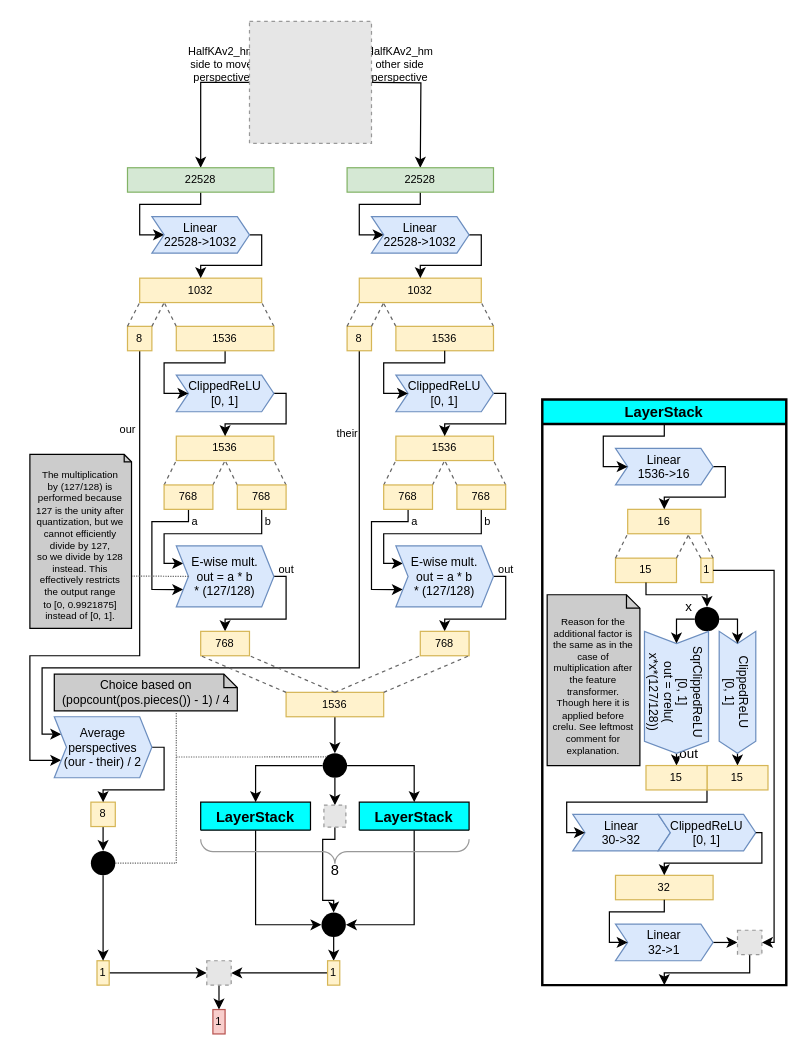
official-stockfish/nnue-pytorch keeps this draw.io diagram as docs/img/SFNNv7_architecture.drawio. Above is the earlier version. Source tidied: cells renumbered, new cells numbered last; positions are measured from the earlier drawing's top-left corner, leaving out a move shared by most shapes. Both pictures are drawn from the tidied source at 122%, with x=0, y=0 at pixel (29, 21). Pictures stored in the file or linked from it are replaced by grey dashed boxes.
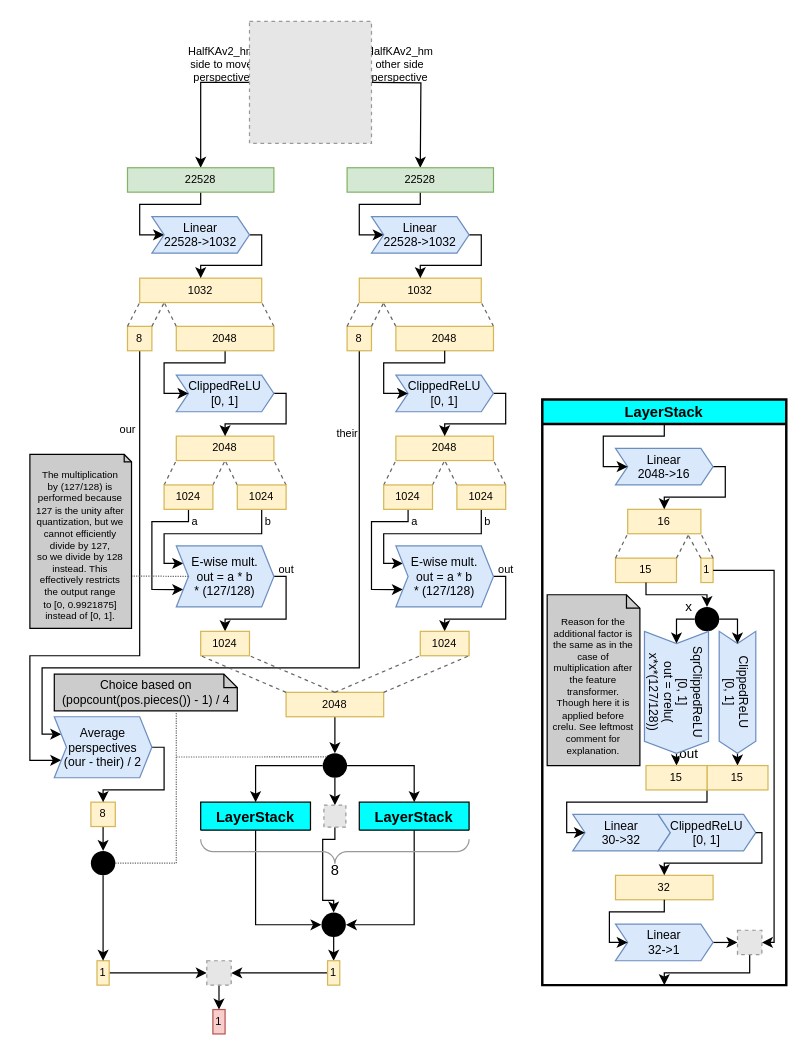
The same diagram, later.

Commit message (it also covers changes not shown here):
Update L1 sizes in SFNNv7

The change refers to these unchanged cells:
```xml
<mxCell id="97" value="LayerStack" style="swimlane;rounded=0;shadow=0;glass=0;sketch=0;fontSize=12;gradientColor=none;align=center;labelBackgroundColor=none;labelBorderColor=none;fillColor=#00FFFF;startSize=20;strokeWidth=2;" parent="1" vertex="1">
  <mxGeometry x="420" y="310" width="200" height="480" as="geometry" />
</mxCell>
```

Change to the diagram source:
```diff
@@
-    <mxCell id="11" value="1536" style="rounded=0;whiteSpace=wrap;html=1;shadow=0;glass=0;sketch=0;fontSize=9;align=center;fillColor=#fff2cc;strokeColor=#d6b656;" parent="1" vertex="1">
+    <mxCell id="11" value="2048" style="rounded=0;whiteSpace=wrap;html=1;shadow=0;glass=0;sketch=0;fontSize=9;align=center;fillColor=#fff2cc;strokeColor=#d6b656;" parent="1" vertex="1">
       <mxGeometry x="210" y="550" width="80" height="20" as="geometry" />
     </mxCell>
@@
-    <mxCell id="18" value="1536" style="rounded=0;whiteSpace=wrap;html=1;shadow=0;glass=0;sketch=0;fontSize=9;align=center;fillColor=#fff2cc;strokeColor=#d6b656;" parent="1" vertex="1">
+    <mxCell id="18" value="2048" style="rounded=0;whiteSpace=wrap;html=1;shadow=0;glass=0;sketch=0;fontSize=9;align=center;fillColor=#fff2cc;strokeColor=#d6b656;" parent="1" vertex="1">
       <mxGeometry x="120" y="340" width="80" height="20" as="geometry" />
     </mxCell>
@@
-    <mxCell id="67" value="768" style="rounded=0;whiteSpace=wrap;html=1;shadow=0;glass=0;sketch=0;fontSize=9;align=center;fillColor=#fff2cc;strokeColor=#d6b656;" parent="1" vertex="1">
+    <mxCell id="67" value="1024" style="rounded=0;whiteSpace=wrap;html=1;shadow=0;glass=0;sketch=0;fontSize=9;align=center;fillColor=#fff2cc;strokeColor=#d6b656;" parent="1" vertex="1">
       <mxGeometry x="110" y="380" width="40" height="20" as="geometry" />
     </mxCell>
@@
-    <mxCell id="69" value="768" style="rounded=0;whiteSpace=wrap;html=1;shadow=0;glass=0;sketch=0;fontSize=9;align=center;fillColor=#fff2cc;strokeColor=#d6b656;" parent="1" vertex="1">
+    <mxCell id="69" value="1024" style="rounded=0;whiteSpace=wrap;html=1;shadow=0;glass=0;sketch=0;fontSize=9;align=center;fillColor=#fff2cc;strokeColor=#d6b656;" parent="1" vertex="1">
       <mxGeometry x="170" y="380" width="40" height="20" as="geometry" />
     </mxCell>
@@
-    <mxCell id="73" value="1536" style="rounded=0;whiteSpace=wrap;html=1;shadow=0;glass=0;sketch=0;fontSize=9;align=center;fillColor=#fff2cc;strokeColor=#d6b656;" parent="1" vertex="1">
+    <mxCell id="73" value="2048" style="rounded=0;whiteSpace=wrap;html=1;shadow=0;glass=0;sketch=0;fontSize=9;align=center;fillColor=#fff2cc;strokeColor=#d6b656;" parent="1" vertex="1">
       <mxGeometry x="120" y="250" width="80" height="20" as="geometry" />
     </mxCell>
-    <mxCell id="74" value="1536" style="rounded=0;whiteSpace=wrap;html=1;shadow=0;glass=0;sketch=0;fontSize=9;align=center;fillColor=#fff2cc;strokeColor=#d6b656;" parent="1" vertex="1">
+    <mxCell id="74" value="2048" style="rounded=0;whiteSpace=wrap;html=1;shadow=0;glass=0;sketch=0;fontSize=9;align=center;fillColor=#fff2cc;strokeColor=#d6b656;" parent="1" vertex="1">
       <mxGeometry x="300" y="250" width="80" height="20" as="geometry" />
     </mxCell>
@@
-    <mxCell id="77" value="768" style="rounded=0;whiteSpace=wrap;html=1;shadow=0;glass=0;sketch=0;fontSize=9;align=center;fillColor=#fff2cc;strokeColor=#d6b656;" parent="1" vertex="1">
+    <mxCell id="77" value="1024" style="rounded=0;whiteSpace=wrap;html=1;shadow=0;glass=0;sketch=0;fontSize=9;align=center;fillColor=#fff2cc;strokeColor=#d6b656;" parent="1" vertex="1">
       <mxGeometry x="140" y="500" width="40" height="20" as="geometry" />
     </mxCell>
-    <mxCell id="78" value="1536" style="rounded=0;whiteSpace=wrap;html=1;shadow=0;glass=0;sketch=0;fontSize=9;align=center;fillColor=#fff2cc;strokeColor=#d6b656;" parent="1" vertex="1">
+    <mxCell id="78" value="2048" style="rounded=0;whiteSpace=wrap;html=1;shadow=0;glass=0;sketch=0;fontSize=9;align=center;fillColor=#fff2cc;strokeColor=#d6b656;" parent="1" vertex="1">
       <mxGeometry x="300" y="340" width="80" height="20" as="geometry" />
     </mxCell>
@@
-    <mxCell id="84" value="768" style="rounded=0;whiteSpace=wrap;html=1;shadow=0;glass=0;sketch=0;fontSize=9;align=center;fillColor=#fff2cc;strokeColor=#d6b656;" parent="1" vertex="1">
+    <mxCell id="84" value="1024" style="rounded=0;whiteSpace=wrap;html=1;shadow=0;glass=0;sketch=0;fontSize=9;align=center;fillColor=#fff2cc;strokeColor=#d6b656;" parent="1" vertex="1">
       <mxGeometry x="290" y="380" width="40" height="20" as="geometry" />
     </mxCell>
@@
-    <mxCell id="86" value="768" style="rounded=0;whiteSpace=wrap;html=1;shadow=0;glass=0;sketch=0;fontSize=9;align=center;fillColor=#fff2cc;strokeColor=#d6b656;" parent="1" vertex="1">
+    <mxCell id="86" value="1024" style="rounded=0;whiteSpace=wrap;html=1;shadow=0;glass=0;sketch=0;fontSize=9;align=center;fillColor=#fff2cc;strokeColor=#d6b656;" parent="1" vertex="1">
       <mxGeometry x="350" y="380" width="40" height="20" as="geometry" />
     </mxCell>
@@
-    <mxCell id="92" value="768" style="rounded=0;whiteSpace=wrap;html=1;shadow=0;glass=0;sketch=0;fontSize=9;align=center;fillColor=#fff2cc;strokeColor=#d6b656;" parent="1" vertex="1">
+    <mxCell id="92" value="1024" style="rounded=0;whiteSpace=wrap;html=1;shadow=0;glass=0;sketch=0;fontSize=9;align=center;fillColor=#fff2cc;strokeColor=#d6b656;" parent="1" vertex="1">
       <mxGeometry x="320" y="500" width="40" height="20" as="geometry" />
     </mxCell>
@@
-    <mxCell id="100" value="&lt;div style=&quot;font-size: 10px&quot;&gt;Linear&lt;/div&gt;&lt;div style=&quot;font-size: 10px&quot;&gt;1536-&amp;gt;16&lt;br style=&quot;font-size: 10px&quot;&gt;&lt;/div&gt;" style="shape=step;perimeter=stepPerimeter;whiteSpace=wrap;html=1;fixedSize=1;rounded=0;shadow=0;glass=0;sketch=0;fontSize=10;align=center;size=10;fillColor=#dae8fc;strokeColor=#6c8ebf;" parent="97" vertex="1">
+    <mxCell id="100" value="&lt;div style=&quot;font-size: 10px&quot;&gt;Linear&lt;/div&gt;&lt;div style=&quot;font-size: 10px&quot;&gt;2048-&amp;gt;16&lt;br style=&quot;font-size: 10px&quot;&gt;&lt;/div&gt;" style="shape=step;perimeter=stepPerimeter;whiteSpace=wrap;html=1;fixedSize=1;rounded=0;shadow=0;glass=0;sketch=0;fontSize=10;align=center;size=10;fillColor=#dae8fc;strokeColor=#6c8ebf;" parent="97" vertex="1">
       <mxGeometry x="60" y="40" width="80" height="30" as="geometry" />
     </mxCell>
```
